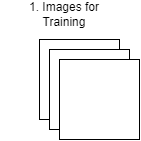
Earlier version of the draw.io export FlowChart/CarModelDetection_FlowChart.drawio.png (belanasaikiran/Team-6-Big-Data-Project). Source tidied: cells renumbered, new cells last; positions are measured from the earlier drawing's top-left corner, leaving out a move shared by most shapes. The source it was exported from:
```xml
<mxGraphModel>
  <root>
    <mxCell id="0" />
    <mxCell id="1" parent="0" />
    <mxCell id="2" style="whiteSpace=wrap;html=1;" parent="1" vertex="1">
      <mxGeometry x="40" y="40" width="80" height="80" as="geometry" />
    </mxCell>
    <mxCell id="3" style="whiteSpace=wrap;html=1;" parent="1" vertex="1">
      <mxGeometry x="50" y="50" width="80" height="80" as="geometry" />
    </mxCell>
    <mxCell id="4" style="whiteSpace=wrap;html=1;" parent="1" vertex="1">
      <mxGeometry x="60" y="60" width="80" height="80" as="geometry" />
    </mxCell>
    <mxCell id="5" value="1. Images for Training&lt;span style=&quot;white-space: pre;&quot;&gt;&#9;&lt;/span&gt;" style="text;html=1;align=center;verticalAlign=middle;whiteSpace=wrap;rounded=0;" parent="1" vertex="1">
      <mxGeometry width="130" height="30" as="geometry" />
    </mxCell>
  </root>
</mxGraphModel>
```
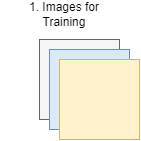
Above is the later version.

Diff of the diagram source:
```diff
@@ -2,13 +2,13 @@
   <root>
     <mxCell id="0" />
     <mxCell id="1" parent="0" />
-    <mxCell id="2" style="whiteSpace=wrap;html=1;" parent="1" vertex="1">
+    <mxCell id="2" style="whiteSpace=wrap;html=1;fillColor=#f5f5f5;fontColor=#333333;strokeColor=#666666;" parent="1" vertex="1">
       <mxGeometry x="40" y="40" width="80" height="80" as="geometry" />
     </mxCell>
-    <mxCell id="3" style="whiteSpace=wrap;html=1;" parent="1" vertex="1">
+    <mxCell id="3" style="whiteSpace=wrap;html=1;fillColor=#dae8fc;strokeColor=#6c8ebf;" parent="1" vertex="1">
       <mxGeometry x="50" y="50" width="80" height="80" as="geometry" />
     </mxCell>
-    <mxCell id="4" style="whiteSpace=wrap;html=1;" parent="1" vertex="1">
+    <mxCell id="4" style="whiteSpace=wrap;html=1;fillColor=#fff2cc;strokeColor=#d6b656;" parent="1" vertex="1">
       <mxGeometry x="60" y="60" width="80" height="80" as="geometry" />
     </mxCell>
     <mxCell id="5" value="1. Images for Training&lt;span style=&quot;white-space: pre;&quot;&gt;&#9;&lt;/span&gt;" style="text;html=1;align=center;verticalAlign=middle;whiteSpace=wrap;rounded=0;" parent="1" vertex="1">
```
